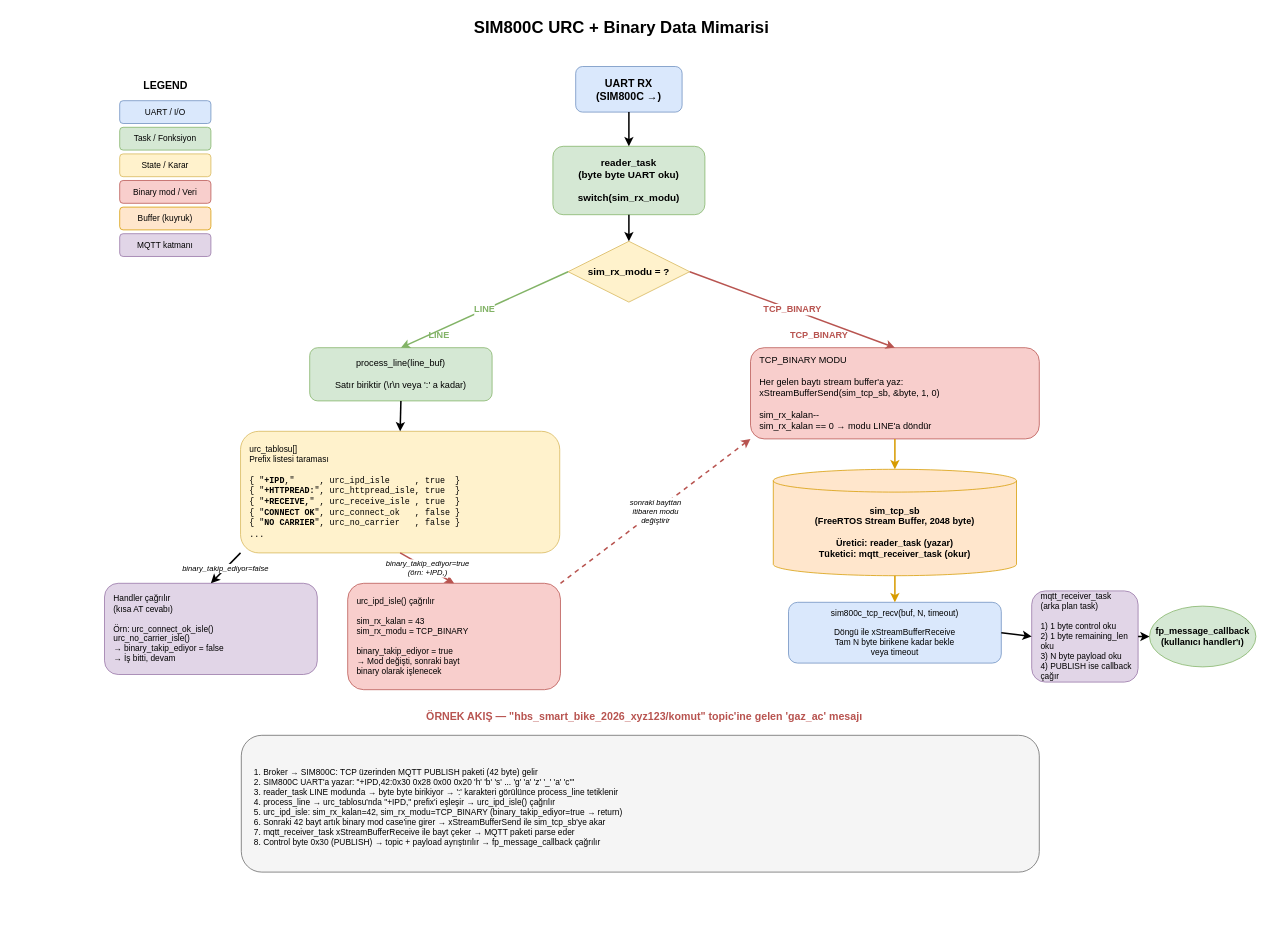
Above: docs/sim800c_urc_binary_akis.drawio in BasriSoylu/smart-bike-iot-idf (draw.io), before the change. Source tidied: cells renumbered, new cells numbered last; positions are measured from the earlier drawing's top-left corner, leaving out a move shared by most shapes. Both pictures are drawn from the tidied source at 76%, with x=0, y=0 at pixel (104, 13).
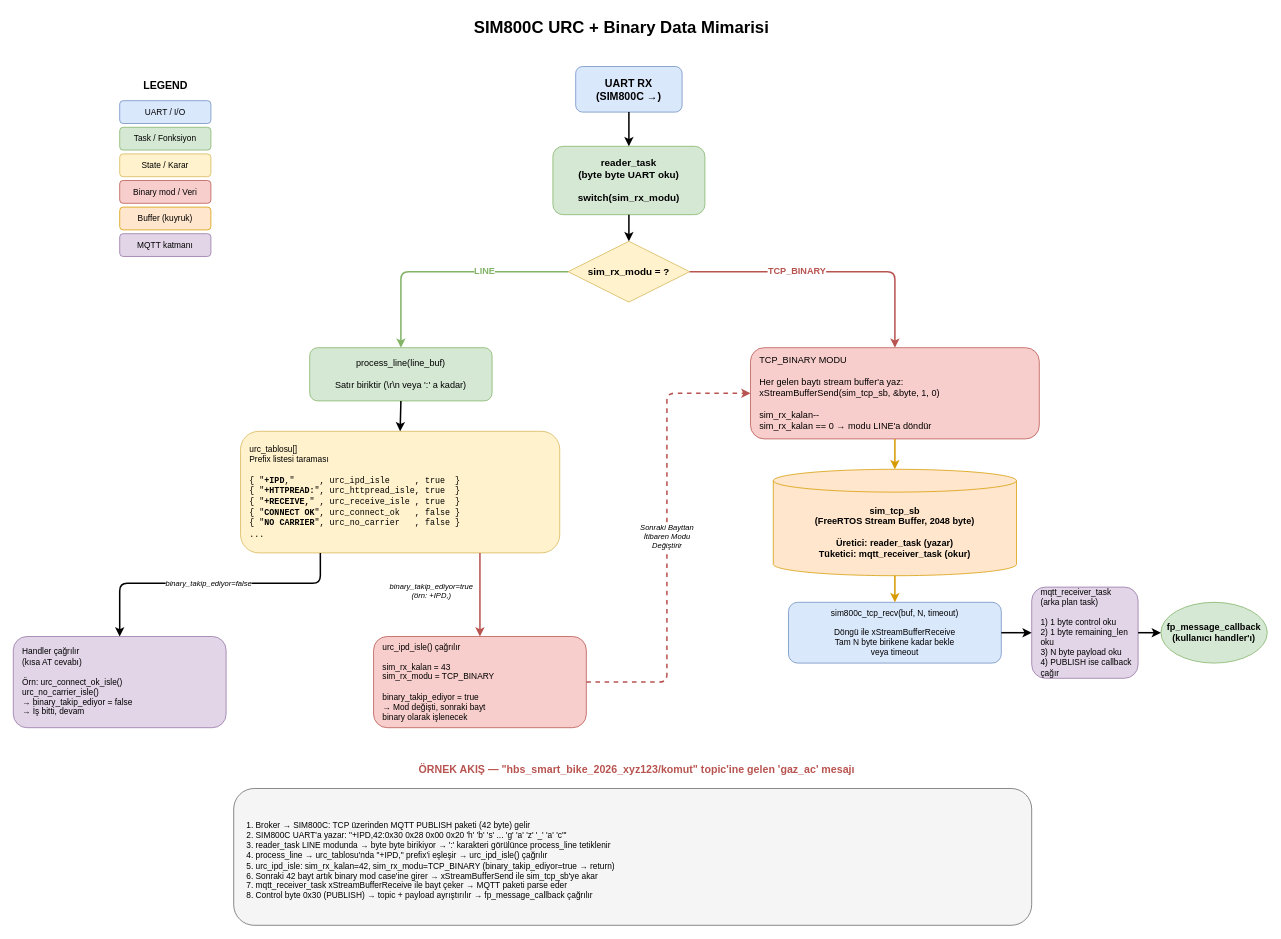
After the change.

The change refers to these unchanged cells:
```xml
<mxCell id="5" value="sim_rx_modu = ?" style="rhombus;whiteSpace=wrap;html=1;fillColor=#fff2cc;strokeColor=#d6b656;fontSize=13;fontStyle=1;" parent="1" vertex="1">
  <mxGeometry x="610" y="300" width="160" height="80" as="geometry" />
</mxCell>
<mxCell id="8" value="process_line(line_buf)&#10;&#10;Satır biriktir (\r\n veya ':' a kadar)" style="rounded=1;whiteSpace=wrap;html=1;fillColor=#d5e8d4;strokeColor=#82b366;fontSize=12;" parent="1" vertex="1">
  <mxGeometry x="270" y="440" width="240" height="70" as="geometry" />
</mxCell>
<mxCell id="9" value="urc_tablosu[]&lt;br&gt;Prefix listesi taraması&lt;br&gt;&lt;br&gt;&lt;font face=&quot;Courier New&quot;&gt;{ &quot;&lt;b&gt;+IPD&lt;/b&gt;,&quot;&amp;nbsp; &amp;nbsp; &amp;nbsp;,         urc_ipd_isle&amp;nbsp; &amp;nbsp; &amp;nbsp;, true&amp;nbsp; }&lt;br&gt;{ &quot;&lt;b&gt;+HTTPREAD:&lt;/b&gt;&quot;,  urc_httpread_isle,  true&amp;nbsp; }&lt;br&gt;{ &quot;&lt;b&gt;+RECEIVE,&lt;/b&gt;&quot; ,    urc_receive_isle , true&amp;nbsp; }&lt;br&gt;{ &quot;&lt;b&gt;CONNECT OK&lt;/b&gt;&quot;,   urc_connect_ok&amp;nbsp; &amp;nbsp;,     false }&lt;br&gt;{ &quot;&lt;b&gt;NO CARRIER&lt;/b&gt;&quot;,   urc_no_carrier&amp;nbsp; &amp;nbsp;, false }&lt;br&gt;...&lt;/font&gt;" style="rounded=1;whiteSpace=wrap;html=1;fillColor=#fff2cc;strokeColor=#d6b656;fontSize=11;align=left;spacingLeft=10;" parent="1" vertex="1">
  <mxGeometry x="179" y="550" width="420" height="160" as="geometry" />
</mxCell>
<mxCell id="12" value="TCP_BINARY MODU&#10;&#10;Her gelen baytı stream buffer'a yaz:&#10;xStreamBufferSend(sim_tcp_sb, &amp;byte, 1, 0)&#10;&#10;sim_rx_kalan--&#10;sim_rx_kalan == 0 → modu LINE'a döndür" style="rounded=1;whiteSpace=wrap;html=1;fillColor=#f8cecc;strokeColor=#b85450;fontSize=12;align=left;spacingLeft=10;" parent="1" vertex="1">
  <mxGeometry x="850" y="440" width="380" height="120" as="geometry" />
</mxCell>
```

The edit, as a diff of the source:
```diff
@@
-    <mxCell id="6" value="LINE" style="text;html=1;align=center;fontSize=12;fontStyle=1;fontColor=#82b366;" parent="1" vertex="1">
-      <mxGeometry x="410" y="410" width="60" height="20" as="geometry" />
-    </mxCell>
-    <mxCell id="7" value="TCP_BINARY" style="text;html=1;align=center;fontSize=12;fontStyle=1;fontColor=#b85450;" parent="1" vertex="1">
-      <mxGeometry x="880" y="410" width="120" height="20" as="geometry" />
-    </mxCell>
@@
     <mxCell id="10" value="Handler çağrılır&#10;(kısa AT cevabı)&#10;&#10;Örn: urc_connect_ok_isle()&#10;urc_no_carrier_isle()&#10;→ binary_takip_ediyor = false&#10;→ İş bitti, devam" style="rounded=1;whiteSpace=wrap;html=1;fillColor=#e1d5e7;strokeColor=#9673a6;fontSize=11;align=left;spacingLeft=10;" parent="1" vertex="1">
-      <mxGeometry y="750" width="280" height="120" as="geometry" />
+      <mxGeometry x="-120" y="820" width="280" height="120" as="geometry" />
     </mxCell>
     <mxCell id="11" value="urc_ipd_isle() çağrılır&#10;&#10;sim_rx_kalan = 43&#10;sim_rx_modu = TCP_BINARY&#10;&#10;binary_takip_ediyor = true&#10;→ Mod değişti, sonraki bayt&#10;   binary olarak işlenecek" style="rounded=1;whiteSpace=wrap;html=1;fillColor=#f8cecc;strokeColor=#b85450;fontSize=11;align=left;spacingLeft=10;" parent="1" vertex="1">
-      <mxGeometry x="320" y="750" width="280" height="140" as="geometry" />
+      <mxGeometry x="354" y="820" width="280" height="120" as="geometry" />
     </mxCell>
@@
     <mxCell id="15" value="mqtt_receiver_task&#10;(arka plan task)&#10;&#10;1) 1 byte control oku&#10;2) 1 byte remaining_len oku&#10;3) N byte payload oku&#10;4) PUBLISH ise callback çağır" style="rounded=1;whiteSpace=wrap;html=1;fillColor=#e1d5e7;strokeColor=#9673a6;fontSize=11;align=left;spacingLeft=10;" parent="1" vertex="1">
-      <mxGeometry x="1220" y="760" width="140" height="120" as="geometry" />
+      <mxGeometry x="1220" y="755" width="140" height="120" as="geometry" />
     </mxCell>
     <mxCell id="16" value="fp_message_callback&#10;(kullanıcı handler'ı)" style="ellipse;whiteSpace=wrap;html=1;fillColor=#d5e8d4;strokeColor=#82b366;fontSize=12;fontStyle=1;" parent="1" vertex="1">
-      <mxGeometry x="1375" y="780" width="140" height="80" as="geometry" />
+      <mxGeometry x="1390" y="775" width="140" height="80" as="geometry" />
     </mxCell>
@@
     <mxCell id="19" value="LINE" style="endArrow=classic;html=1;exitX=0;exitY=0.5;exitDx=0;exitDy=0;entryX=0.5;entryY=0;entryDx=0;entryDy=0;strokeWidth=2;strokeColor=#82b366;fontSize=12;fontStyle=1;fontColor=#82b366;" parent="1" edge="1" source="5" target="8">
-      <mxGeometry relative="1" as="geometry" />
+      <mxGeometry x="-0.31" relative="1" as="geometry">
+        <Array as="points">
+          <mxPoint x="390" y="340" />
+        </Array>
+      </mxGeometry>
     </mxCell>
     <mxCell id="20" value="TCP_BINARY" style="endArrow=classic;html=1;exitX=1;exitY=0.5;exitDx=0;exitDy=0;entryX=0.5;entryY=0;entryDx=0;entryDy=0;strokeWidth=2;strokeColor=#b85450;fontSize=12;fontStyle=1;fontColor=#b85450;" parent="1" edge="1" source="5" target="12">
-      <mxGeometry relative="1" as="geometry" />
+      <mxGeometry x="-0.24" relative="1" as="geometry">
+        <Array as="points">
+          <mxPoint x="1040" y="340" />
+        </Array>
+      </mxGeometry>
     </mxCell>
@@
-    <mxCell id="22" value="binary_takip_ediyor=false" style="endArrow=classic;html=1;exitX=0;exitY=1;exitDx=0;exitDy=0;entryX=0.5;entryY=0;entryDx=0;entryDy=0;strokeWidth=2;fontSize=10;fontStyle=2;" parent="1" edge="1" source="9" target="10">
-      <mxGeometry relative="1" as="geometry" />
+    <mxCell id="22" value="binary_takip_ediyor=false" style="endArrow=classic;html=1;exitX=0.25;exitY=1;exitDx=0;exitDy=0;entryX=0.5;entryY=0;entryDx=0;entryDy=0;strokeWidth=2;fontSize=10;fontStyle=2;" parent="1" edge="1" source="9" target="10">
+      <mxGeometry relative="1" as="geometry">
+        <Array as="points">
+          <mxPoint x="284" y="750" />
+          <mxPoint x="20" y="750" />
+        </Array>
+      </mxGeometry>
     </mxCell>
-    <mxCell id="23" value="binary_takip_ediyor=true&#10;(örn: +IPD,)" style="endArrow=classic;html=1;exitX=0.5;exitY=1;exitDx=0;exitDy=0;entryX=0.5;entryY=0;entryDx=0;entryDy=0;strokeWidth=2;fontSize=10;fontStyle=2;strokeColor=#b85450;" parent="1" edge="1" source="9" target="11">
-      <mxGeometry relative="1" as="geometry" />
+    <mxCell id="23" value="binary_takip_ediyor=true&#10;(örn: +IPD,)" style="endArrow=classic;html=1;exitX=0.75;exitY=1;exitDx=0;exitDy=0;entryX=0.5;entryY=0;entryDx=0;entryDy=0;strokeWidth=2;fontSize=10;fontStyle=2;strokeColor=#b85450;" parent="1" edge="1" source="9" target="11">
+      <mxGeometry x="-0.09" y="-64" relative="1" as="geometry">
+        <Array as="points">
+          <mxPoint x="494" y="750" />
+        </Array>
+      </mxGeometry>
     </mxCell>
-    <mxCell id="24" value="sonraki bayttan&#10;itibaren modu&#10;değiştirir" style="endArrow=classic;html=1;exitX=1;exitY=0;exitDx=0;exitDy=0;entryX=0;entryY=1;entryDx=0;entryDy=0;strokeWidth=2;strokeColor=#b85450;dashed=1;fontSize=10;fontStyle=2;curved=1;" parent="1" edge="1" source="11" target="12">
-      <mxGeometry relative="1" as="geometry" />
+    <mxCell id="24" value="Sonraki Bayttan&lt;br&gt;İtibaren Modu&lt;br&gt;Değiştirir" style="endArrow=classic;html=1;exitX=1;exitY=0.5;exitDx=0;exitDy=0;entryX=0;entryY=0.5;entryDx=0;entryDy=0;strokeWidth=2;strokeColor=#b85450;dashed=1;fontSize=10;fontStyle=2;curved=0;rounded=1;" parent="1" edge="1" source="11" target="12">
+      <mxGeometry relative="1" as="geometry">
+        <Array as="points">
+          <mxPoint x="740" y="880" />
+          <mxPoint x="740" y="500" />
+        </Array>
+      </mxGeometry>
     </mxCell>
@@
     <mxCell id="36" value="ÖRNEK AKIŞ — &quot;hbs_smart_bike_2026_xyz123/komut&quot; topic'ine gelen 'gaz_ac' mesajı" style="text;html=1;align=center;fontSize=14;fontStyle=1;fontColor=#b85450;" parent="1" vertex="1">
-      <mxGeometry x="260" y="910" width="900" height="30" as="geometry" />
+      <mxGeometry x="250" y="980" width="900" height="30" as="geometry" />
     </mxCell>
     <mxCell id="37" value="1. Broker → SIM800C: TCP üzerinden MQTT PUBLISH paketi (42 byte) gelir&#10;2. SIM800C UART'a yazar:  &quot;+IPD,42:0x30 0x28 0x00 0x20 'h' 'b' 's' ... 'g' 'a' 'z' '_' 'a' 'c'&quot;&#10;3. reader_task LINE modunda → byte byte birikiyor → ':' karakteri görülünce process_line tetiklenir&#10;4. process_line → urc_tablosu'nda &quot;+IPD,&quot; prefix'i eşleşir → urc_ipd_isle() çağrılır&#10;5. urc_ipd_isle: sim_rx_kalan=42, sim_rx_modu=TCP_BINARY (binary_takip_ediyor=true → return)&#10;6. Sonraki 42 bayt artık binary mod case'ine girer → xStreamBufferSend ile sim_tcp_sb'ye akar&#10;7. mqtt_receiver_task xStreamBufferReceive ile bayt çeker → MQTT paketi parse eder&#10;8. Control byte 0x30 (PUBLISH) → topic + payload ayrıştırılır → fp_message_callback çağrılır" style="rounded=1;whiteSpace=wrap;html=1;fillColor=#f5f5f5;strokeColor=#666666;fontSize=11;align=left;spacingLeft=15;spacingTop=10;" parent="1" vertex="1">
-      <mxGeometry x="180" y="950" width="1050" height="180" as="geometry" />
+      <mxGeometry x="170" y="1020" width="1050" height="180" as="geometry" />
     </mxCell>
```
